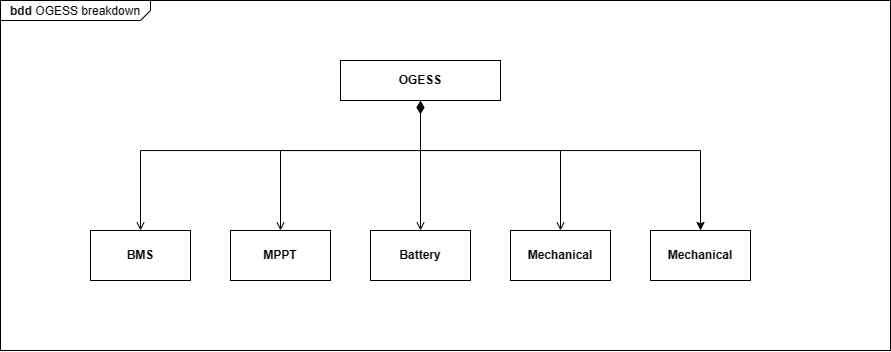
Before: doc_images/OGESS breakdown.drawio.png, a diagram exported from draw.io (Namavoor/documents). Source tidied: cells renumbered, new cells last; positions are measured from the earlier drawing's top-left corner, leaving out a move shared by most shapes.
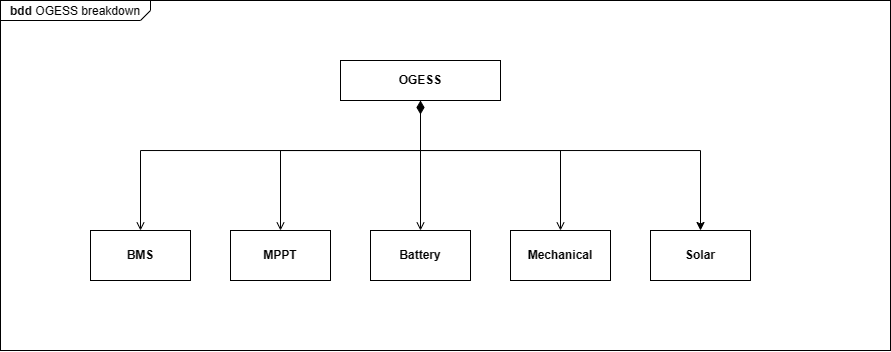
Later version of the same file.

Change to the diagram source:
```diff
@@ -60,7 +60,7 @@
     <mxCell id="12" value="BMS" style="strokeColor=inherit;fillColor=inherit;gradientColor=inherit;shape=rect;fontStyle=1;html=1;whiteSpace=wrap;align=center;" parent="1" vertex="1">
       <mxGeometry x="90" y="230" width="100" height="50" as="geometry" />
     </mxCell>
-    <mxCell id="13" value="Mechanical" style="strokeColor=inherit;fillColor=inherit;gradientColor=inherit;shape=rect;fontStyle=1;html=1;whiteSpace=wrap;align=center;" parent="1" vertex="1">
+    <mxCell id="13" value="Solar" style="strokeColor=inherit;fillColor=inherit;gradientColor=inherit;shape=rect;fontStyle=1;html=1;whiteSpace=wrap;align=center;" parent="1" vertex="1">
       <mxGeometry x="650" y="230" width="100" height="50" as="geometry" />
     </mxCell>
   </root>
```
